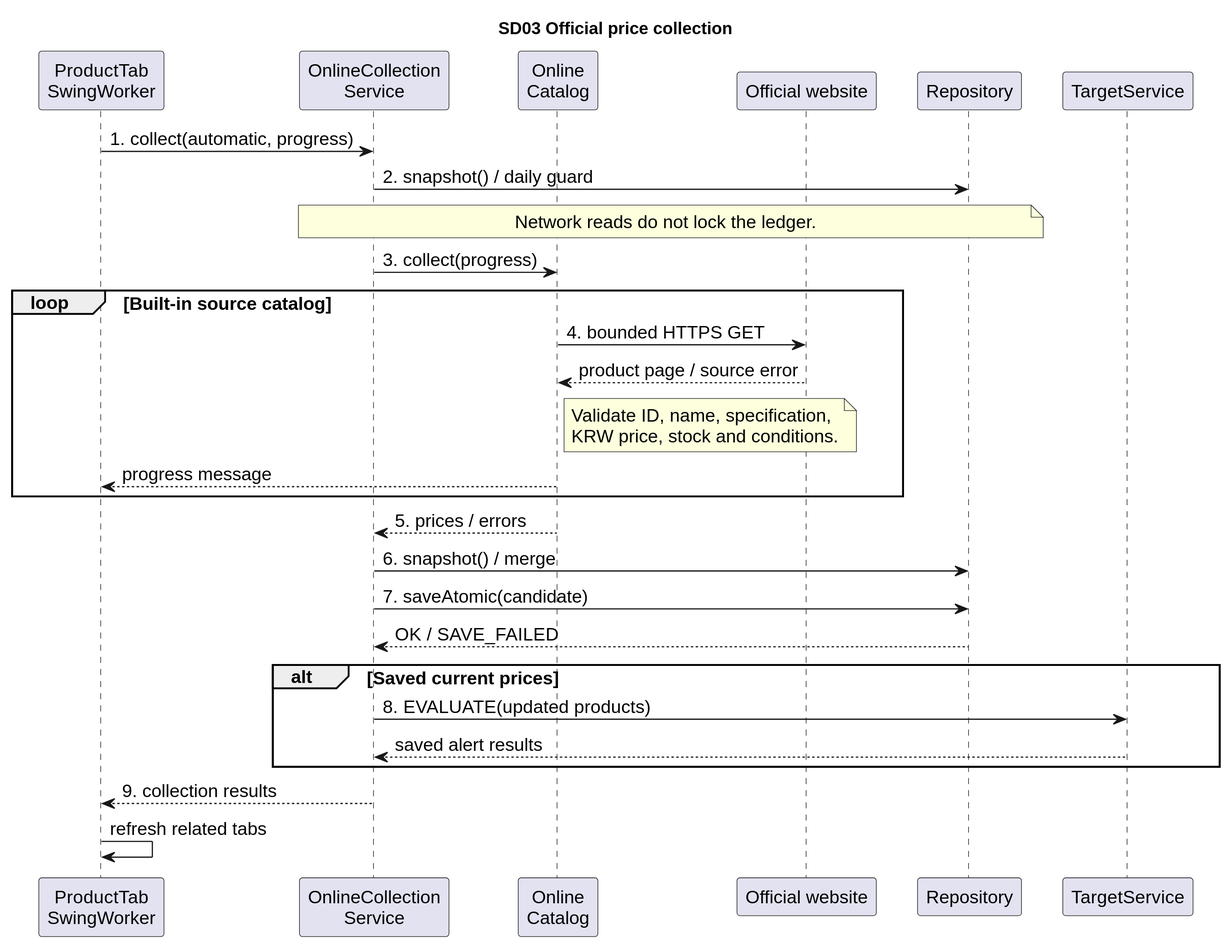
hyeonsu-test/smart-grocery-ledger keeps this PlantUML diagram as doc/sequence-collection.svg. Above is the earlier version. The source it was exported from:
```plantuml
@startuml
skinparam dpi 180
skinparam defaultFontName Arial
skinparam defaultFontSize 15
skinparam shadowing false
skinparam ParticipantPadding 12
title SD03 Official price collection
participant "ProductTab\nSwingWorker" as UI
participant "OnlineCollection\nService" as Service
participant "Online\nCatalog" as Collector
participant "Official website" as Site
participant Repository as Repo
participant TargetService as Target
UI -> Service : 1. collect(automatic, progress)
Service -> Repo : 2. snapshot() / daily guard
note over Service, Repo
Network reads do not lock the ledger.
end note
Service -> Collector : 3. collect(progress)
loop Built-in source catalog
Collector -> Site : 4. bounded HTTPS GET
Site --> Collector : product page / source error
note right of Collector
Validate ID, name, specification,
KRW price, stock and conditions.
end note
Collector --> UI : progress message
end
Collector --> Service : 5. prices / errors
Service -> Repo : 6. snapshot() / merge
Service -> Repo : 7. saveAtomic(candidate)
Repo --> Service : OK / SAVE_FAILED
alt Saved current prices
Service -> Target : 8. EVALUATE(updated products)
Target --> Service : saved alert results
end
Service --> UI : 9. collection results
UI -> UI : refresh related tabs
@enduml
```
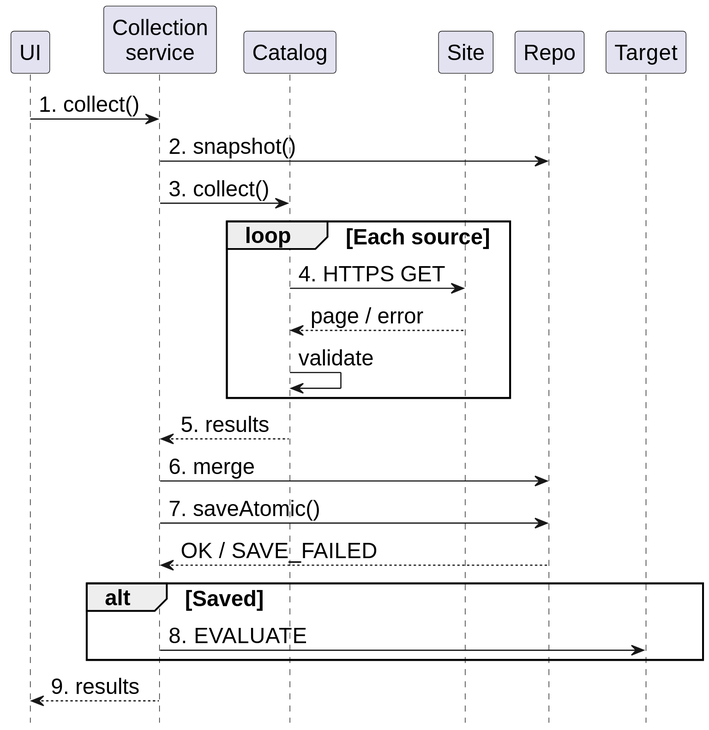
The same diagram one commit later.

Commit message:
Clarify automatic collection sequence for the report

The edit, as a diff of the source:
```diff
@@ -1,39 +1,30 @@
 @startuml
 skinparam dpi 180
 skinparam defaultFontName Arial
-skinparam defaultFontSize 15
+skinparam defaultFontSize 18
 skinparam shadowing false
-skinparam ParticipantPadding 12
-title SD03 Official price collection
-participant "ProductTab\nSwingWorker" as UI
-participant "OnlineCollection\nService" as Service
-participant "Online\nCatalog" as Collector
-participant "Official website" as Site
-participant Repository as Repo
-participant TargetService as Target
-UI -> Service : 1. collect(automatic, progress)
-Service -> Repo : 2. snapshot() / daily guard
-note over Service, Repo
-Network reads do not lock the ledger.
-end note
-Service -> Collector : 3. collect(progress)
-loop Built-in source catalog
-Collector -> Site : 4. bounded HTTPS GET
-Site --> Collector : product page / source error
-note right of Collector
-Validate ID, name, specification,
-KRW price, stock and conditions.
-end note
-Collector --> UI : progress message
+skinparam ParticipantPadding 4
+hide footbox
+participant UI
+participant "Collection\nservice" as Service
+participant Catalog as Collector
+participant Site
+participant Repo
+participant Target
+UI -> Service : 1. collect()
+Service -> Repo : 2. snapshot()
+Service -> Collector : 3. collect()
+loop Each source
+Collector -> Site : 4. HTTPS GET
+Site --> Collector : page / error
+Collector -> Collector : validate
 end
-Collector --> Service : 5. prices / errors
-Service -> Repo : 6. snapshot() / merge
-Service -> Repo : 7. saveAtomic(candidate)
+Collector --> Service : 5. results
+Service -> Repo : 6. merge
+Service -> Repo : 7. saveAtomic()
 Repo --> Service : OK / SAVE_FAILED
-alt Saved current prices
-Service -> Target : 8. EVALUATE(updated products)
-Target --> Service : saved alert results
+alt Saved
+Service -> Target : 8. EVALUATE
 end
-Service --> UI : 9. collection results
-UI -> UI : refresh related tabs
+Service --> UI : 9. results
 @enduml
```
